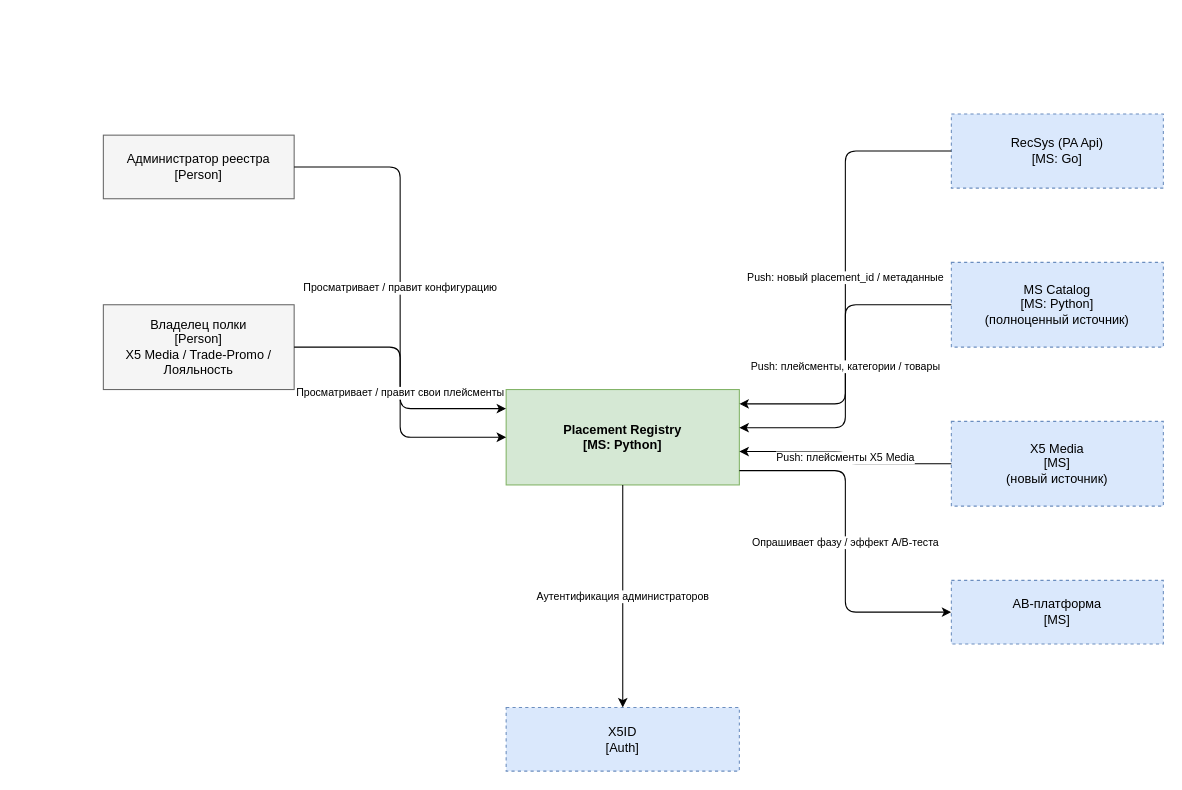
The draw.io diagram diagrams/context-stage2.drawio in rpervushin/placement-registry-mvp-tc5, before the edit. Source tidied: cells renumbered, new cells numbered last; positions are measured from the earlier drawing's top-left corner, leaving out a move shared by most shapes. Both pictures are drawn from the tidied source at 106%, with x=0, y=0 at pixel (103, 113).
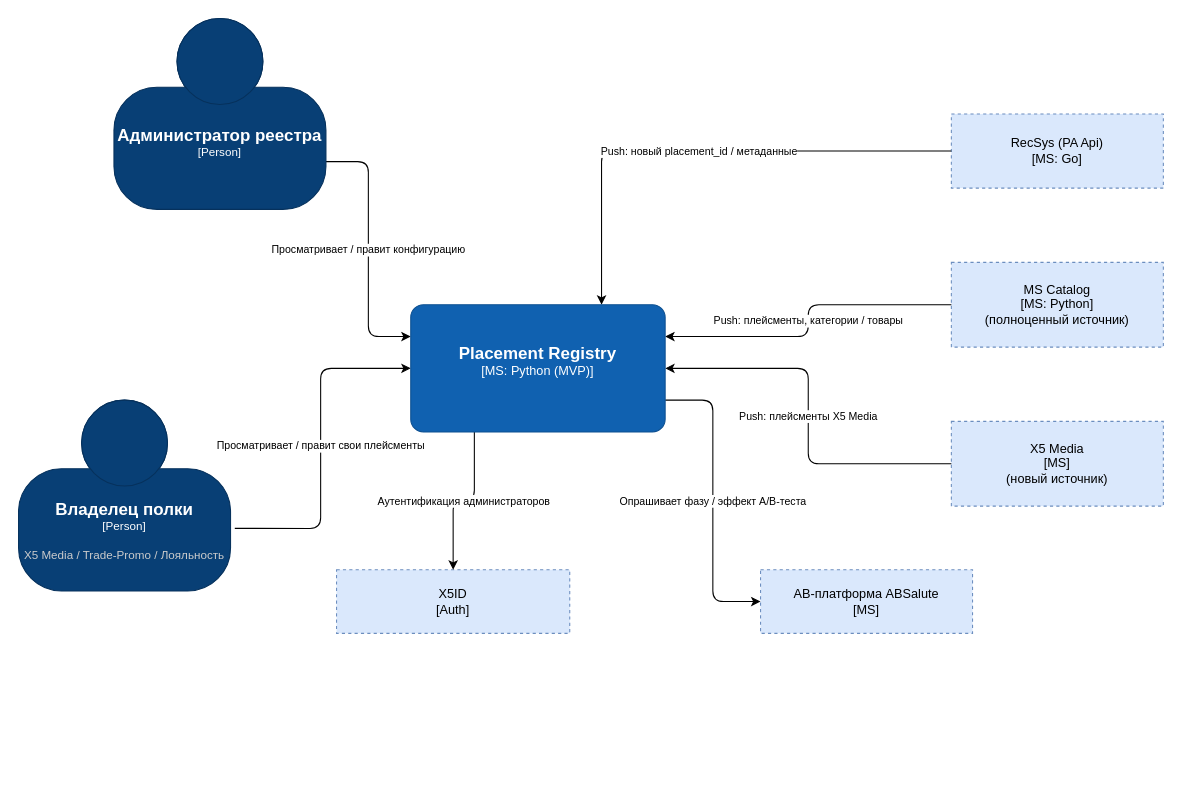
After the change.

What changed in the source:
```diff
@@
 <mxGraphModel>
   <root>
     <mxCell id="0" />
     <mxCell id="1" parent="0" />
-    <mxCell id="2" value="Администратор реестра&#10;[Person]" style="rounded=0;whiteSpace=wrap;html=1;fillColor=#f5f5f5;strokeColor=#666666;fontSize=12;" parent="1" vertex="1">
-      <mxGeometry y="20" width="180" height="60" as="geometry" />
-    </mxCell>
-    <mxCell id="3" value="Владелец полки&#10;[Person]&#10;X5 Media / Trade-Promo / Лояльность" style="rounded=0;whiteSpace=wrap;html=1;fillColor=#f5f5f5;strokeColor=#666666;fontSize=12;" parent="1" vertex="1">
-      <mxGeometry y="180" width="180" height="80" as="geometry" />
-    </mxCell>
-    <mxCell id="4" value="Placement Registry&#10;[MS: Python]" style="rounded=0;whiteSpace=wrap;html=1;fillColor=#d5e8d4;strokeColor=#82b366;fontSize=12;fontStyle=1;" parent="1" vertex="1">
-      <mxGeometry x="380" y="260" width="220" height="90" as="geometry" />
-    </mxCell>
     <mxCell id="5" value="RecSys (PA Api)&#10;[MS: Go]" style="rounded=0;dashed=1;whiteSpace=wrap;html=1;fillColor=#dae8fc;strokeColor=#6c8ebf;fontSize=12;" parent="1" vertex="1">
       <mxGeometry x="800" width="200" height="70" as="geometry" />
     </mxCell>
     <mxCell id="6" value="MS Catalog&#10;[MS: Python]&#10;(полноценный источник)" style="rounded=0;dashed=1;whiteSpace=wrap;html=1;fillColor=#dae8fc;strokeColor=#6c8ebf;fontSize=12;" parent="1" vertex="1">
       <mxGeometry x="800" y="140" width="200" height="80" as="geometry" />
     </mxCell>
     <mxCell id="7" value="X5 Media&#10;[MS]&#10;(новый источник)" style="rounded=0;dashed=1;whiteSpace=wrap;html=1;fillColor=#dae8fc;strokeColor=#6c8ebf;fontSize=12;" parent="1" vertex="1">
       <mxGeometry x="800" y="290" width="200" height="80" as="geometry" />
     </mxCell>
-    <mxCell id="8" value="AB-платформа&#10;[MS]" style="rounded=0;dashed=1;whiteSpace=wrap;html=1;fillColor=#dae8fc;strokeColor=#6c8ebf;fontSize=12;" parent="1" vertex="1">
-      <mxGeometry x="800" y="440" width="200" height="60" as="geometry" />
+    <mxCell id="8" value="AB-платформа ABSalute&lt;br&gt;[MS]" style="rounded=0;dashed=1;whiteSpace=wrap;html=1;fillColor=#dae8fc;strokeColor=#6c8ebf;fontSize=12;" parent="1" vertex="1">
+      <mxGeometry x="620" y="430" width="200" height="60" as="geometry" />
     </mxCell>
     <mxCell id="9" value="X5ID&#10;[Auth]" style="rounded=0;dashed=1;whiteSpace=wrap;html=1;fillColor=#dae8fc;strokeColor=#6c8ebf;fontSize=12;" parent="1" vertex="1">
-      <mxGeometry x="380" y="560" width="220" height="60" as="geometry" />
+      <mxGeometry x="220" y="430" width="220" height="60" as="geometry" />
     </mxCell>
-    <mxCell id="10" value="Просматривает / правит конфигурацию" style="edgeStyle=orthogonalEdgeStyle;rounded=1;html=1;exitX=1;exitY=0.5;exitDx=0;exitDy=0;entryX=0;entryY=0.2;entryDx=0;entryDy=0;fontSize=10;" parent="1" edge="1" source="2" target="4">
+    <mxCell id="10" value="Просматривает / правит конфигурацию" style="edgeStyle=orthogonalEdgeStyle;rounded=1;html=1;exitX=1;exitY=0.75;exitDx=0;exitDy=0;entryX=0;entryY=0.25;entryDx=0;entryDy=0;fontSize=10;exitPerimeter=0;entryPerimeter=0;" parent="1" edge="1" source="2" target="17">
       <mxGeometry relative="1" as="geometry" />
     </mxCell>
-    <mxCell id="11" value="Просматривает / правит свои плейсменты" style="edgeStyle=orthogonalEdgeStyle;rounded=1;html=1;exitX=1;exitY=0.5;exitDx=0;exitDy=0;entryX=0;entryY=0.5;entryDx=0;entryDy=0;fontSize=10;" parent="1" edge="1" source="3" target="4">
+    <mxCell id="11" value="Просматривает / правит свои плейсменты" style="edgeStyle=orthogonalEdgeStyle;rounded=1;html=1;exitX=1.02;exitY=0.672;exitDx=0;exitDy=0;entryX=0;entryY=0.5;entryDx=0;entryDy=0;fontSize=10;exitPerimeter=0;entryPerimeter=0;" parent="1" edge="1" source="3" target="17">
       <mxGeometry relative="1" as="geometry" />
     </mxCell>
-    <mxCell id="12" value="Push: новый placement_id / метаданные" style="edgeStyle=orthogonalEdgeStyle;rounded=1;html=1;exitX=0;exitY=0.5;exitDx=0;exitDy=0;entryX=1;entryY=0.15;entryDx=0;entryDy=0;fontSize=10;" parent="1" edge="1" source="5" target="4">
+    <mxCell id="12" value="Push: новый placement_id / метаданные" style="edgeStyle=orthogonalEdgeStyle;rounded=1;html=1;exitX=0;exitY=0.5;exitDx=0;exitDy=0;entryX=0.75;entryY=0;entryDx=0;entryDy=0;fontSize=10;entryPerimeter=0;" parent="1" edge="1" source="5" target="17">
       <mxGeometry relative="1" as="geometry" />
     </mxCell>
-    <mxCell id="13" value="Push: плейсменты, категории / товары" style="edgeStyle=orthogonalEdgeStyle;rounded=1;html=1;exitX=0;exitY=0.5;exitDx=0;exitDy=0;entryX=1;entryY=0.4;entryDx=0;entryDy=0;fontSize=10;" parent="1" edge="1" source="6" target="4">
+    <mxCell id="13" value="Push: плейсменты, категории / товары" style="edgeStyle=orthogonalEdgeStyle;rounded=1;html=1;exitX=0;exitY=0.5;exitDx=0;exitDy=0;entryX=1;entryY=0.25;entryDx=0;entryDy=0;fontSize=10;entryPerimeter=0;" parent="1" edge="1" source="6" target="17">
       <mxGeometry relative="1" as="geometry" />
     </mxCell>
-    <mxCell id="14" value="Push: плейсменты X5 Media" style="edgeStyle=orthogonalEdgeStyle;rounded=1;html=1;exitX=0;exitY=0.5;exitDx=0;exitDy=0;entryX=1;entryY=0.65;entryDx=0;entryDy=0;fontSize=10;" parent="1" edge="1" source="7" target="4">
+    <mxCell id="14" value="Push: плейсменты X5 Media" style="edgeStyle=orthogonalEdgeStyle;rounded=1;html=1;exitX=0;exitY=0.5;exitDx=0;exitDy=0;entryX=1;entryY=0.5;entryDx=0;entryDy=0;fontSize=10;entryPerimeter=0;" parent="1" edge="1" source="7" target="17">
       <mxGeometry relative="1" as="geometry" />
     </mxCell>
-    <mxCell id="15" value="Опрашивает фазу / эффект A/B-теста" style="edgeStyle=orthogonalEdgeStyle;rounded=1;html=1;exitX=1;exitY=0.85;exitDx=0;exitDy=0;entryX=0;entryY=0.5;entryDx=0;entryDy=0;fontSize=10;" parent="1" edge="1" source="4" target="8">
+    <mxCell id="15" value="Опрашивает фазу / эффект A/B-теста" style="edgeStyle=orthogonalEdgeStyle;rounded=1;html=1;exitX=1;exitY=0.75;exitDx=0;exitDy=0;entryX=0;entryY=0.5;entryDx=0;entryDy=0;fontSize=10;exitPerimeter=0;" parent="1" edge="1" source="17" target="8">
       <mxGeometry relative="1" as="geometry" />
     </mxCell>
-    <mxCell id="16" value="Аутентификация администраторов" style="edgeStyle=orthogonalEdgeStyle;rounded=1;html=1;exitX=0.5;exitY=1;exitDx=0;exitDy=0;entryX=0.5;entryY=0;entryDx=0;entryDy=0;fontSize=10;" parent="1" edge="1" source="4" target="9">
+    <mxCell id="16" value="Аутентификация администраторов" style="edgeStyle=orthogonalEdgeStyle;rounded=1;html=1;exitX=0.25;exitY=1;exitDx=0;exitDy=0;entryX=0.5;entryY=0;entryDx=0;entryDy=0;fontSize=10;exitPerimeter=0;" parent="1" edge="1" source="17" target="9">
       <mxGeometry relative="1" as="geometry" />
     </mxCell>
+    <object id="3" label="&lt;font style=&quot;font-size: 16px&quot;&gt;&lt;b&gt;%c4Name%&lt;/b&gt;&lt;/font&gt;&lt;div&gt;[%c4Type%]&lt;/div&gt;&lt;br&gt;&lt;div&gt;&lt;font style=&quot;font-size: 11px&quot;&gt;&lt;font color=&quot;#cccccc&quot;&gt;%c4Description%&lt;/font&gt;&lt;/div&gt;" c4Description="X5 Media / Trade-Promo / Лояльность" c4Name="Владелец полки" c4Type="Person" placeholders="1">
+      <mxCell style="html=1;fontSize=11;dashed=0;whiteSpace=wrap;fillColor=#083F75;strokeColor=#06315C;fontColor=#ffffff;shape=mxgraph.c4.person2;align=center;points=[[0.5,0,0],[1,0.5,0],[1,0.75,0],[0.75,1,0],[0.5,1,0],[0.25,1,0],[0,0.75,0],[0,0.5,0]];" parent="1" vertex="1">
+        <mxGeometry x="-80" y="270" width="200" height="180" as="geometry" />
+      </mxCell>
+    </object>
+    <object id="2" label="&lt;font style=&quot;font-size: 16px&quot;&gt;&lt;b&gt;%c4Name%&lt;/b&gt;&lt;/font&gt;&lt;div&gt;[%c4Type%]&lt;/div&gt;&lt;br&gt;&lt;div&gt;&lt;font style=&quot;font-size: 11px&quot;&gt;&lt;font color=&quot;#cccccc&quot;&gt;%c4Description%&lt;/font&gt;&lt;/div&gt;" c4Description="" c4Name="Администратор реестра" c4Type="Person" placeholders="1">
+      <mxCell style="html=1;fontSize=11;dashed=0;whiteSpace=wrap;fillColor=#083F75;strokeColor=#06315C;fontColor=#ffffff;shape=mxgraph.c4.person2;align=center;points=[[0.5,0,0],[1,0.5,0],[1,0.75,0],[0.75,1,0],[0.5,1,0],[0.25,1,0],[0,0.75,0],[0,0.5,0]];" parent="1" vertex="1">
+        <mxGeometry x="10" y="-90" width="200" height="180" as="geometry" />
+      </mxCell>
+    </object>
+    <object id="17" label="&lt;font style=&quot;font-size: 16px&quot;&gt;&lt;b&gt;%c4Name%&lt;/b&gt;&lt;/font&gt;&lt;div&gt;[%c4Type%]&lt;/div&gt;&lt;br&gt;&lt;div&gt;&lt;font style=&quot;font-size: 11px&quot;&gt;&lt;font color=&quot;#cccccc&quot;&gt;%c4Description%&lt;/font&gt;&lt;/div&gt;" c4Description="" c4Name="Placement Registry" c4Type="MS: Python (MVP)" placeholders="1">
+      <mxCell style="rounded=1;whiteSpace=wrap;html=1;labelBackgroundColor=none;fillColor=#1061B0;fontColor=#ffffff;align=center;arcSize=10;strokeColor=#0D5091;points=[[0.25,0,0],[0.5,0,0],[0.75,0,0],[1,0.25,0],[1,0.5,0],[1,0.75,0],[0.75,1,0],[0.5,1,0],[0.25,1,0],[0,0.75,0],[0,0.5,0],[0,0.25,0]];" parent="1" vertex="1">
+        <mxGeometry x="290" y="180" width="240" height="120" as="geometry" />
+      </mxCell>
+    </object>
   </root>
 </mxGraphModel>
```
